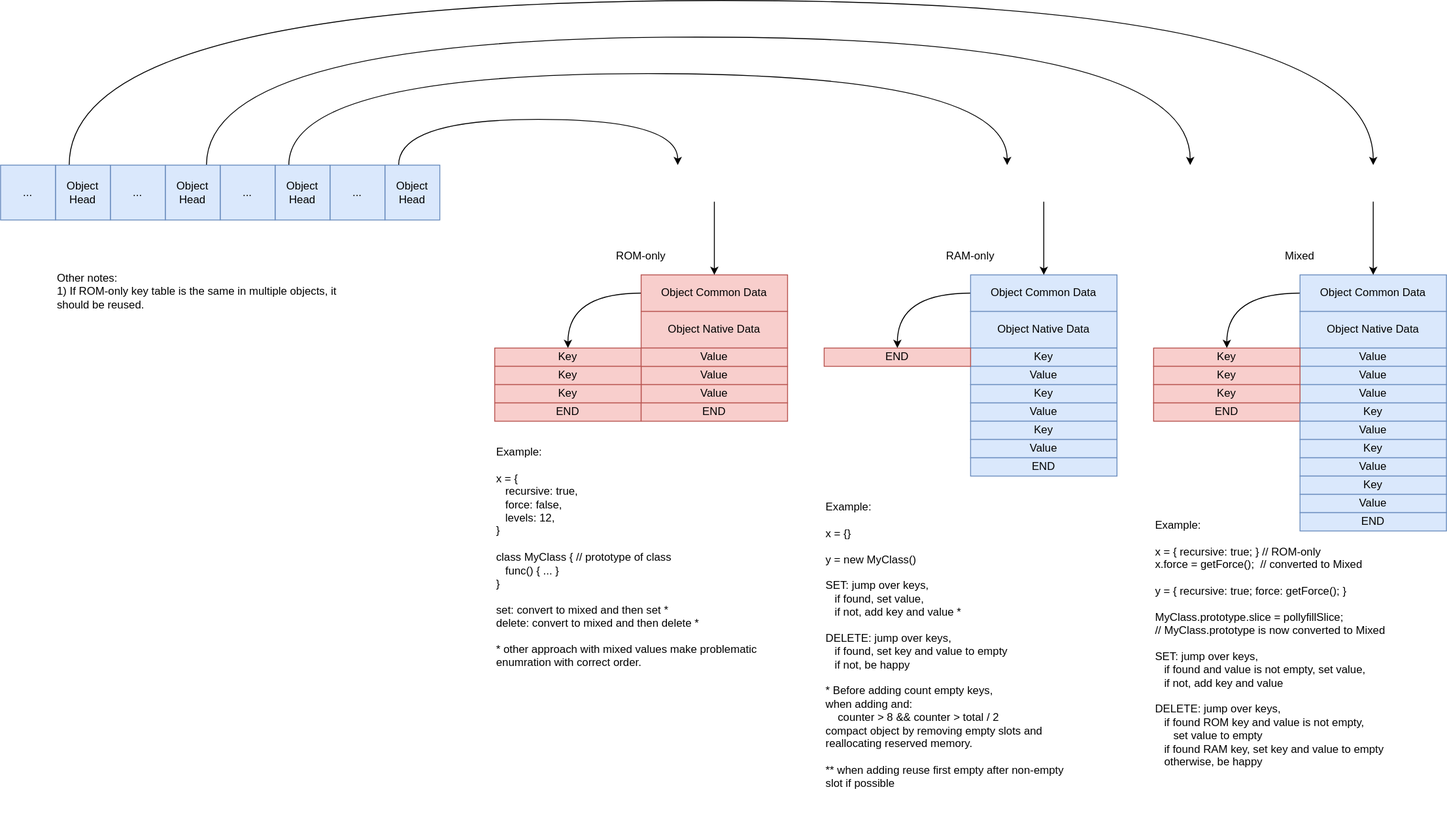
Earlier version of the draw.io export Diagrams.drawio.svg (kildom/deprecated). Source tidied: cells renumbered, new cells last; positions are measured from the earlier drawing's top-left corner, leaving out a move shared by most shapes.
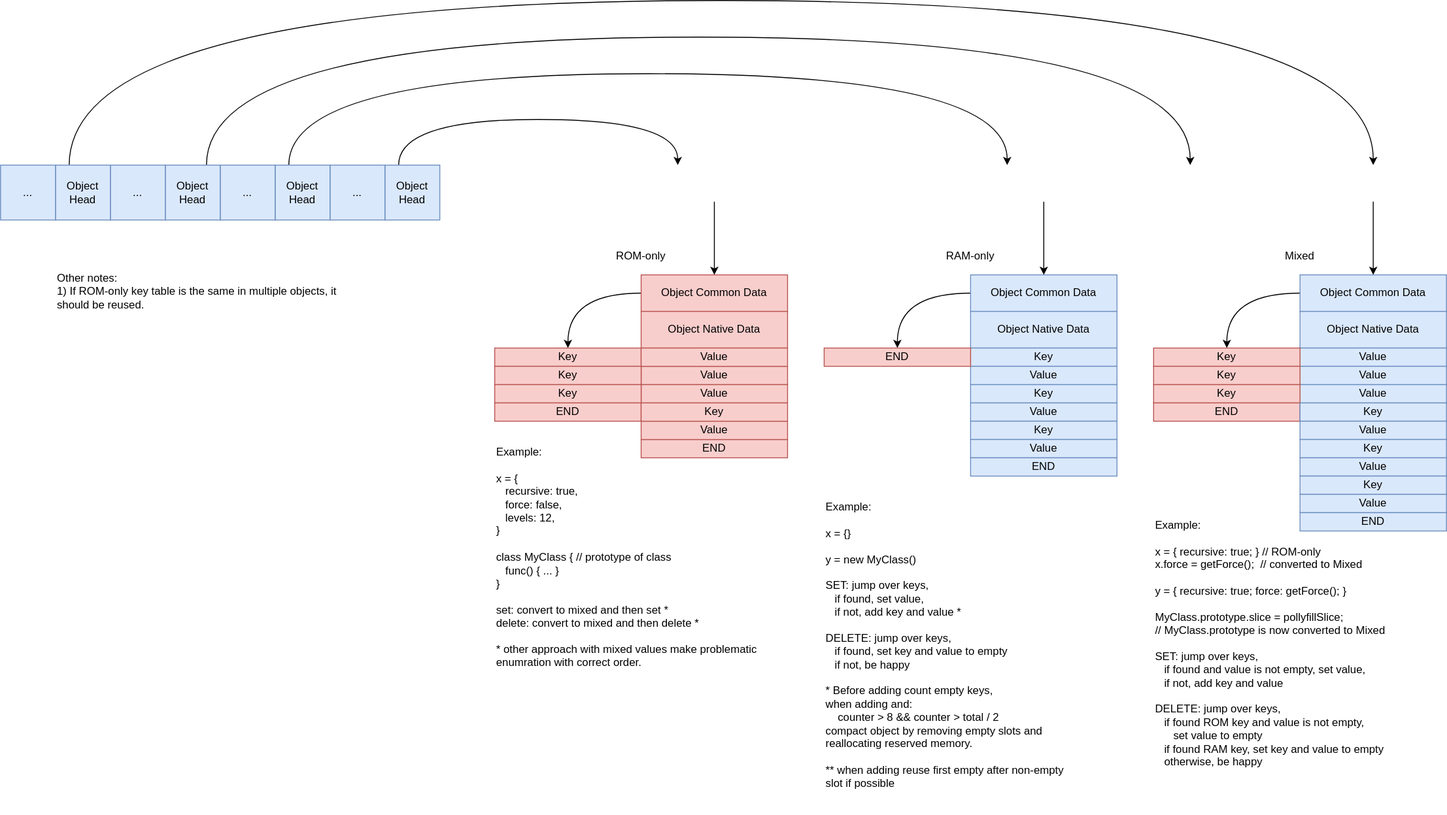
After the change.

Change to the diagram source:
```diff
@@ -216,10 +216,16 @@
       <mxGeometry x="1260" y="560" width="320" height="330" as="geometry" />
     </mxCell>
     <mxCell id="61" value="END" style="rounded=0;whiteSpace=wrap;html=1;fillColor=#f8cecc;strokeColor=#b85450;" parent="1" vertex="1">
-      <mxGeometry x="700" y="440" width="160" height="20" as="geometry" />
+      <mxGeometry x="700" y="480" width="160" height="20" as="geometry" />
     </mxCell>
     <mxCell id="62" value="END" style="rounded=0;whiteSpace=wrap;html=1;fillColor=#f8cecc;strokeColor=#b85450;" parent="1" vertex="1">
       <mxGeometry x="900" y="380" width="160" height="20" as="geometry" />
     </mxCell>
+    <mxCell id="63" value="Value" style="rounded=0;whiteSpace=wrap;html=1;fillColor=#f8cecc;strokeColor=#b85450;" parent="1" vertex="1">
+      <mxGeometry x="700" y="460" width="160" height="20" as="geometry" />
+    </mxCell>
+    <mxCell id="64" value="Key" style="rounded=0;whiteSpace=wrap;html=1;fillColor=#f8cecc;strokeColor=#b85450;" parent="1" vertex="1">
+      <mxGeometry x="700" y="440" width="160" height="20" as="geometry" />
+    </mxCell>
   </root>
 </mxGraphModel>
```
